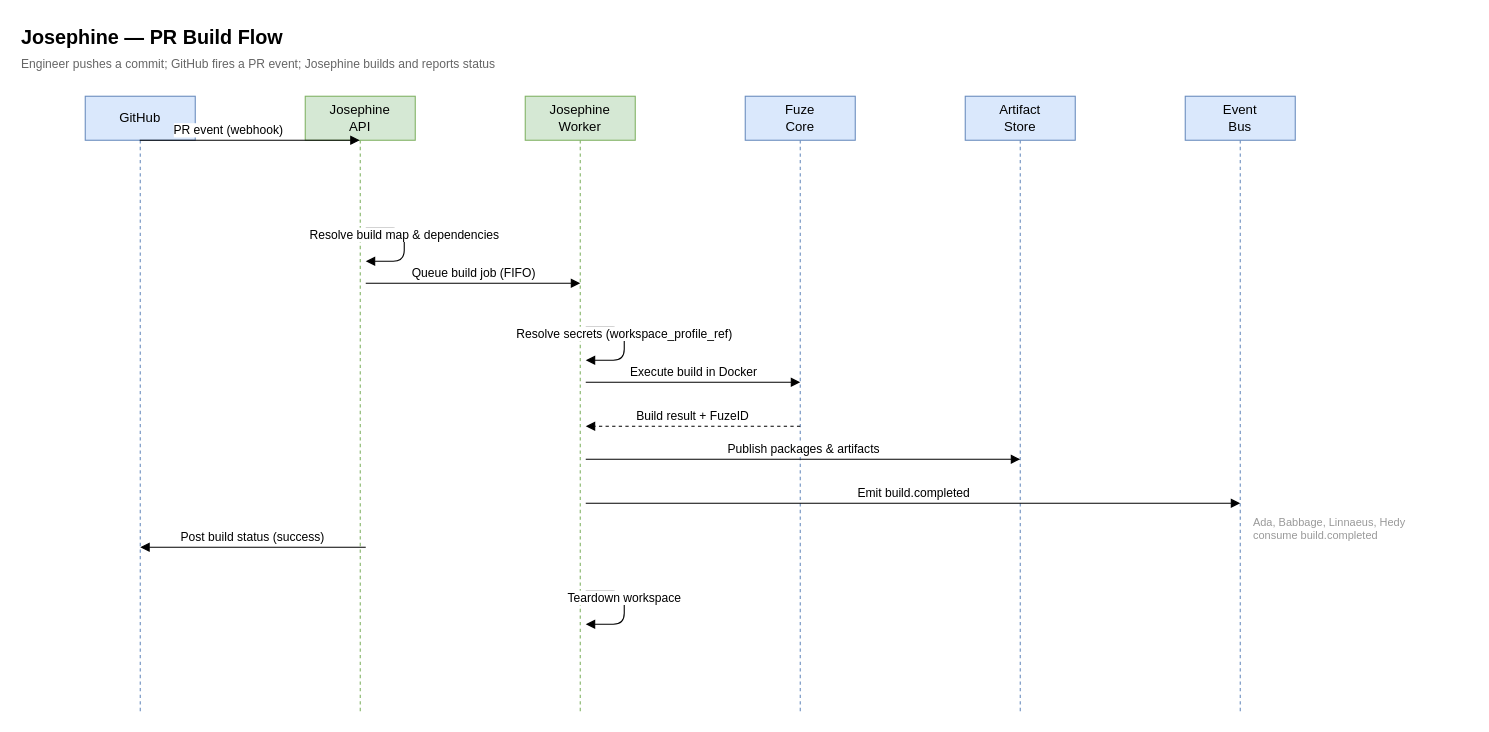
Earlier version of the draw.io diagram page "PR Build Flow" (1 of 2) of docs/diagrams/workforce/JOSEPHINE_SEQUENCE.drawio (jmac-cornelis/agent-workforce). Source tidied: cells renumbered, new cells numbered last; positions are measured from the earlier drawing's top-left corner, leaving out a move shared by most shapes. Both pictures are drawn from the tidied source at 110%, with x=0, y=0 at pixel (19, 19).
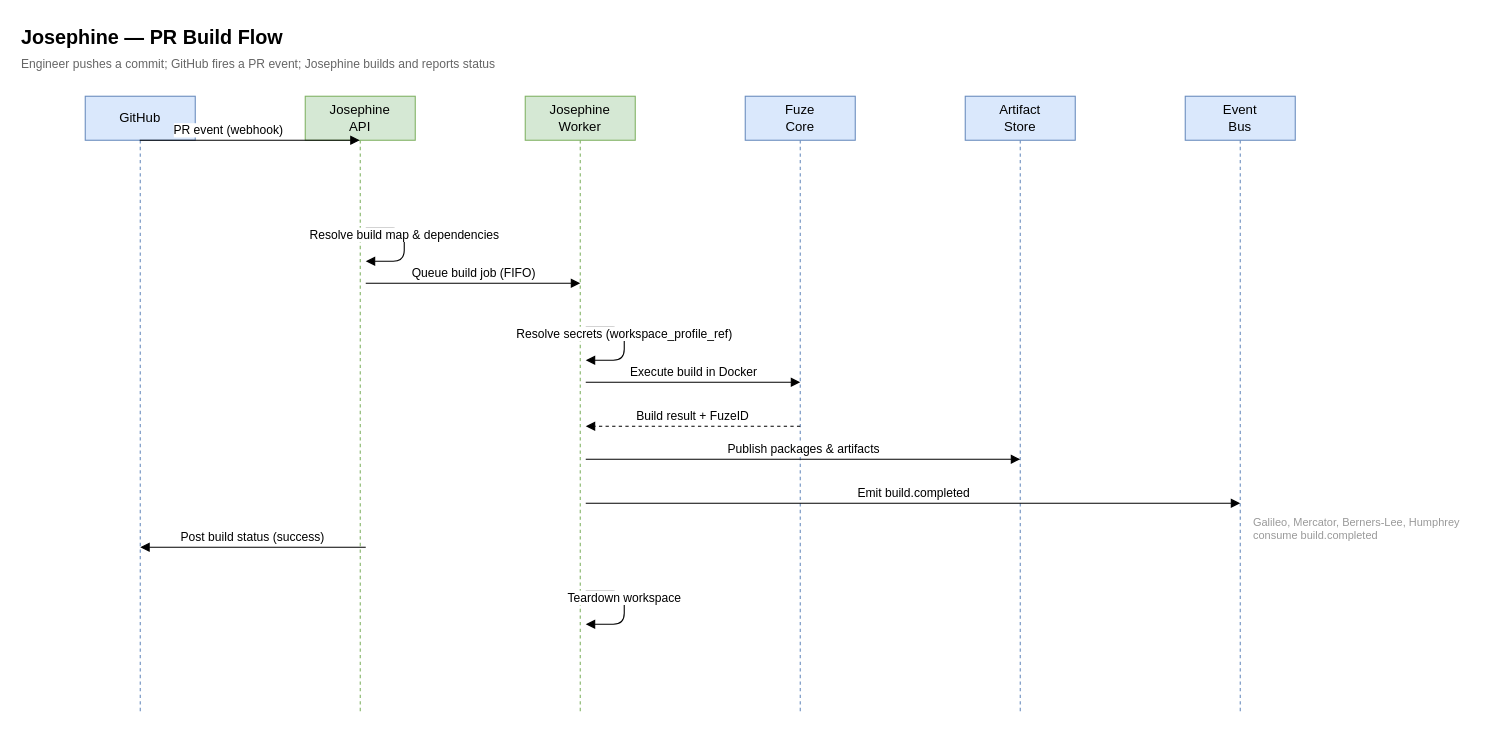
Above is the later version.

What changed in the source:
```diff
@@
-    <mxCell id="20" value="Ada, Babbage, Linnaeus, Hedy&#10;consume build.completed" style="text;html=1;fontSize=10;fontColor=#999999;align=left;" parent="1" vertex="1">
+    <mxCell id="20" value="Galileo, Mercator, Berners-Lee, Humphrey&#10;consume build.completed" style="text;html=1;fontSize=10;fontColor=#999999;align=left;" parent="1" vertex="1">
       <mxGeometry x="1120" y="445" width="200" height="30" as="geometry" />
     </mxCell>
```
